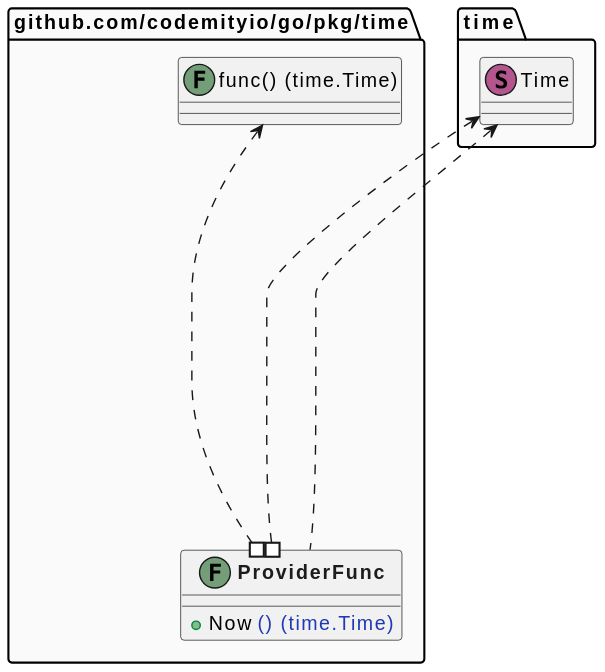
Before: pkg/time/graph.svg, a diagram exported from PlantUML (codemityio/go). The source it was exported from:
```plantuml
@startuml
top to bottom direction
skinparam package {
    BackgroundColor #fafafa
}
skinparam defaulttextalignment center
skinparam noteTextAlignment left
package "github.com/codemityio/go/pkg/time" as github_com_codemityio_go_pkg_time {
    class "<b><font color=#1c1c1c>ProviderFunc</font></b>" as github_com_codemityio_go_pkg_time_ProviderFunc << (F, #739e78) >> {
        + Now <font color=#1f38b5>() (time.Time)</font>
    }
}
package "github.com/codemityio/go/pkg/time" as github_com_codemityio_go_pkg_time {
    package "time" as .time {
        class "Time" as time_Time << (S, #b5558d) >> {}
    }
    class "func() (time.Time)" as github_com_codemityio_go_pkg_time_func____time_Time_ << (F, #739e78) >> {}
    package "time" as .time {
        class "Time" as time_Time << (S, #b5558d) >> {}
    }
}
package "github.com/codemityio/go/pkg/time" as github_com_codemityio_go_pkg_time {
    github_com_codemityio_go_pkg_time_ProviderFunc #...up...> time_Time
    github_com_codemityio_go_pkg_time_ProviderFunc #...up...> github_com_codemityio_go_pkg_time_func____time_Time_
    github_com_codemityio_go_pkg_time_ProviderFunc ...up...> time_Time
}
@enduml
```
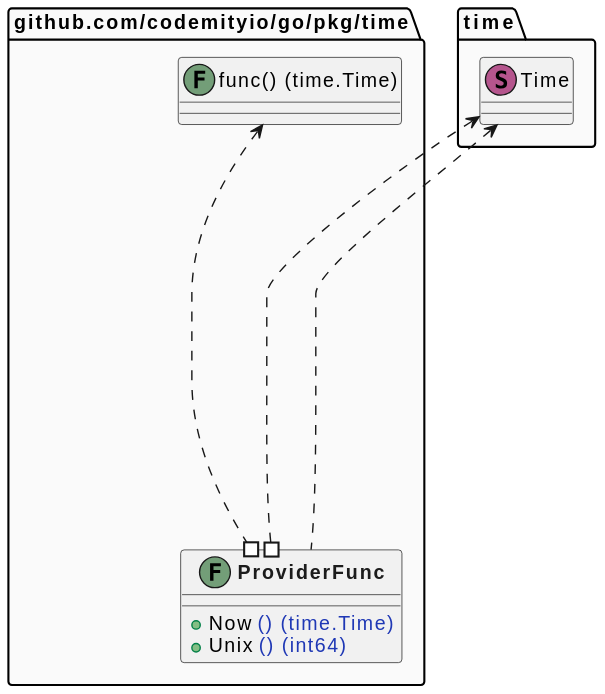
The same diagram one commit later.

Diff of the diagram source:
```diff
@@ -8,6 +8,7 @@
 package "github.com/codemityio/go/pkg/time" as github_com_codemityio_go_pkg_time {
     class "<b><font color=#1c1c1c>ProviderFunc</font></b>" as github_com_codemityio_go_pkg_time_ProviderFunc << (F, #739e78) >> {
         + Now <font color=#1f38b5>() (time.Time)</font>
+        + Unix <font color=#1f38b5>() (int64)</font>
     }
 }
 package "github.com/codemityio/go/pkg/time" as github_com_codemityio_go_pkg_time {
```
